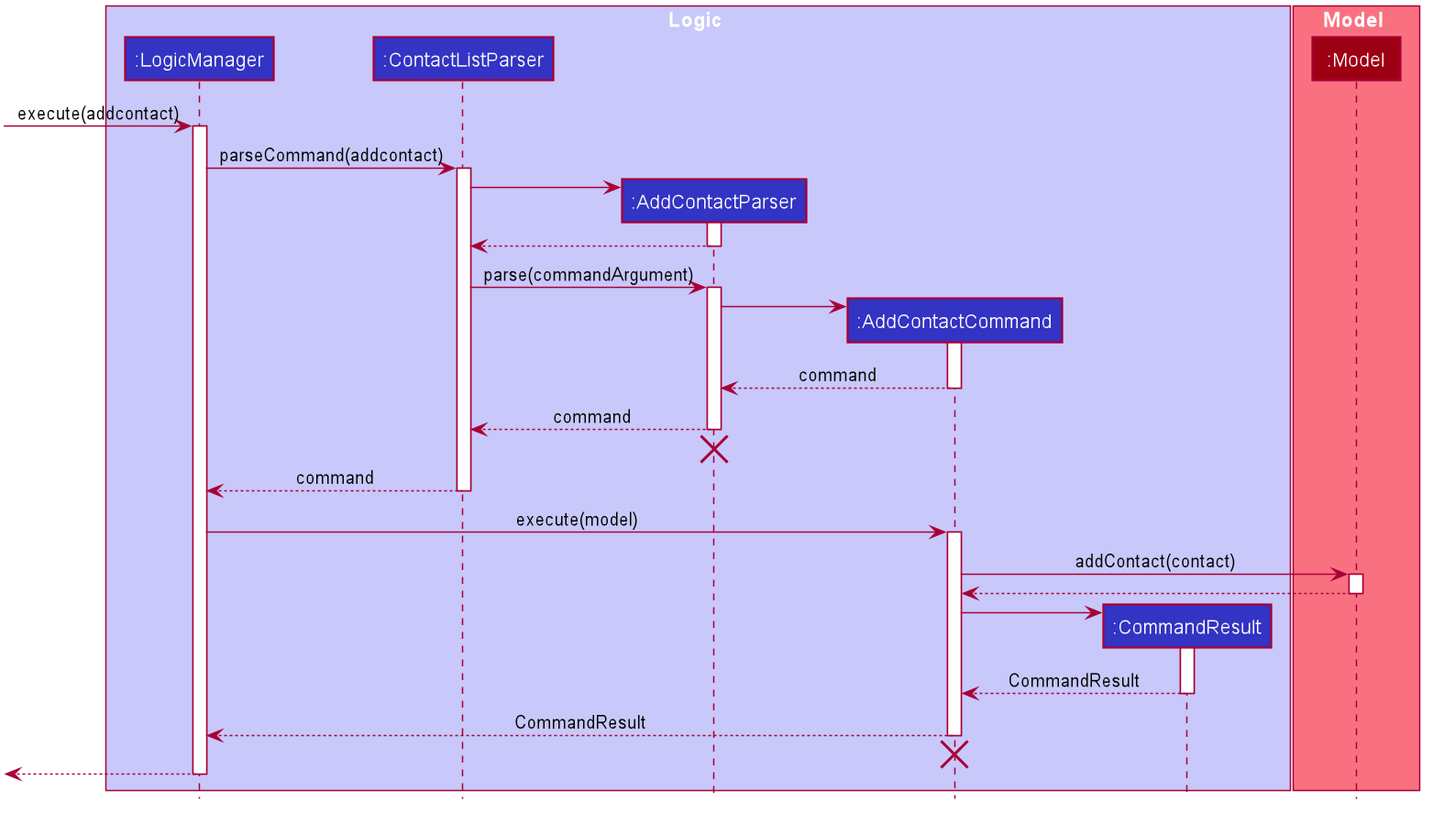
nus-cs2103-AY2021S1/tp keeps this PlantUML diagram as docs/images/Contact/AddContactSequenceDiagram.png. Above is the earlier version. Source of this version:
```plantuml
@startuml








skinparam BackgroundColor #FFFFFFF

skinparam Shadowing false

skinparam Class {
    FontColor #FFFFFF
    BorderThickness 1
    BorderColor #FFFFFF
    StereotypeFontColor #FFFFFF
    FontName Arial
}

skinparam Actor {
    BorderColor #000000
    Color #000000
    FontName Arial
}

skinparam Sequence {
    MessageAlign center
    BoxFontSize 15
    BoxPadding 0
    BoxFontColor #FFFFFF
    FontName Arial
}

skinparam Participant {
    FontColor #FFFFFFF
    Padding 20
}

skinparam MinClassWidth 50
skinparam ParticipantPadding 10
skinparam Shadowing false
skinparam DefaultTextAlignment center
skinparam packageStyle Rectangle

hide footbox
hide members
hide circle

box Logic #C8C8FA
participant ":LogicManager" as LogicManager #3333C4
participant ":ContactListParser" as ContactListParser #3333C4
participant ":AddContactParser" as AddContactParser #3333C4
participant ":AddContactCommand" as AddContactCommand #3333C4
participant ":CommandResult" as CommandResult #3333C4
end box

box Model #F97181
participant ":Model" as Model #9D0012
end box

[-> LogicManager : execute(addcontact)
activate LogicManager

LogicManager -> ContactListParser : parseCommand(addcontact)
activate ContactListParser

create AddContactParser
ContactListParser -> AddContactParser
activate AddContactParser

AddContactParser --> ContactListParser
deactivate AddContactParser

ContactListParser -> AddContactParser :parse(commandArgument)
activate AddContactParser

create AddContactCommand
AddContactParser -> AddContactCommand
activate AddContactCommand

AddContactCommand --> AddContactParser: command
deactivate AddContactCommand

AddContactParser --> ContactListParser: command
deactivate AddContactParser

AddContactParser -[hidden]-> AddContactCommand
destroy AddContactParser

ContactListParser --> LogicManager: command
deactivate ContactListParser

LogicManager -> AddContactCommand : execute(model)
activate AddContactCommand

AddContactCommand -> Model : addContact(contact)
activate Model

Model --> AddContactCommand
deactivate Model

create CommandResult
AddContactCommand -> CommandResult
activate CommandResult

CommandResult --> AddContactCommand: CommandResult
deactivate CommandResult

AddContactCommand --> LogicManager: CommandResult
deactivate AddContactCommand

AddContactCommand -[hidden]-> LogicManager
destroy AddContactCommand

[<--LogicManager
deactivate LogicManager
@enduml
```
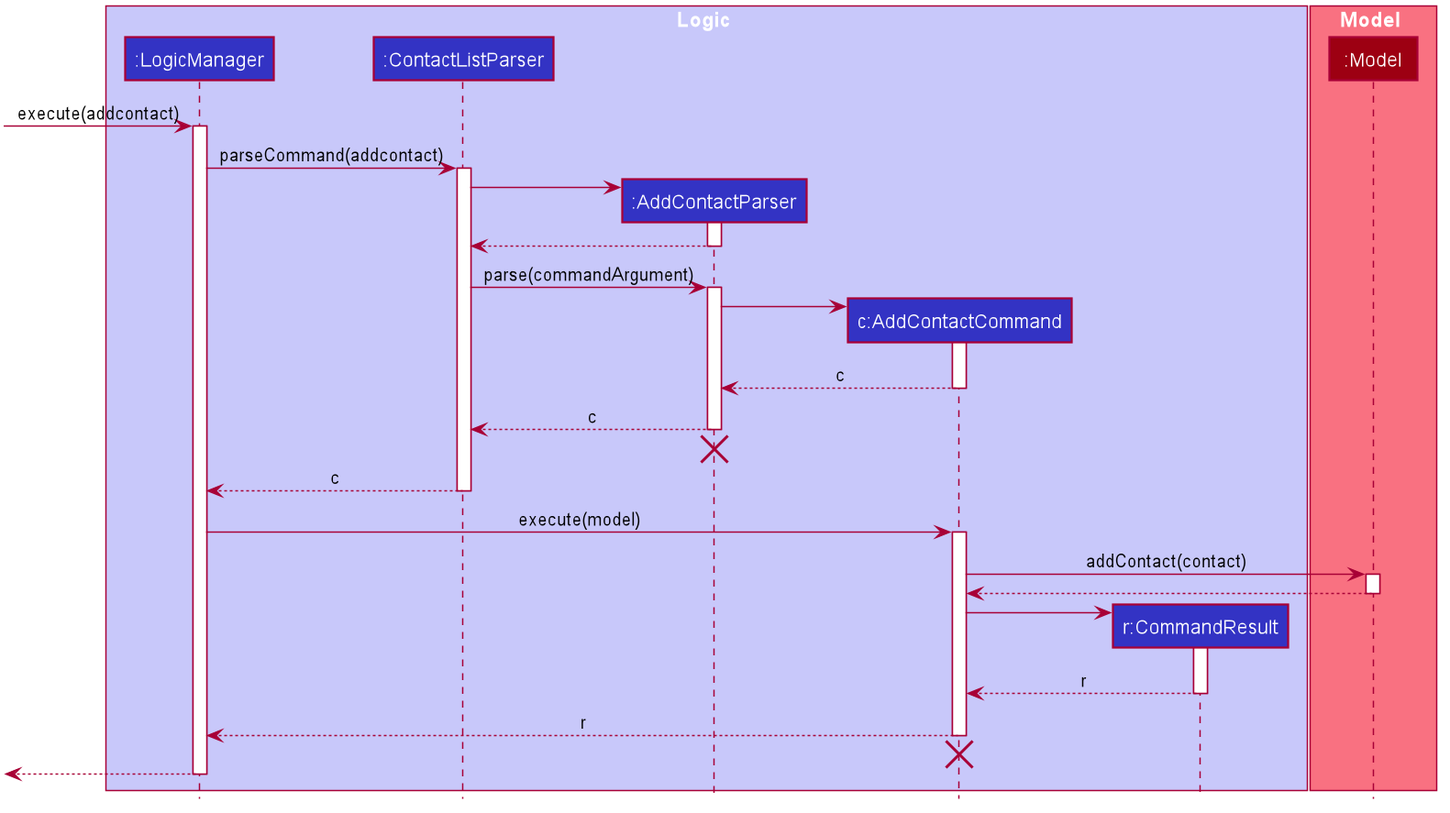
After the commit.

Commit message:
Create sequence diagrams for zoom link commands

The edit, as a diff of the source:
```diff
@@ -52,8 +52,8 @@
 participant ":LogicManager" as LogicManager #3333C4
 participant ":ContactListParser" as ContactListParser #3333C4
 participant ":AddContactParser" as AddContactParser #3333C4
-participant ":AddContactCommand" as AddContactCommand #3333C4
-participant ":CommandResult" as CommandResult #3333C4
+participant "c:AddContactCommand" as AddContactCommand #3333C4
+participant "r:CommandResult" as CommandResult #3333C4
 end box
 
 box Model #F97181
@@ -80,16 +80,16 @@
 AddContactParser -> AddContactCommand
 activate AddContactCommand
 
-AddContactCommand --> AddContactParser: command
+AddContactCommand --> AddContactParser: c
 deactivate AddContactCommand
 
-AddContactParser --> ContactListParser: command
+AddContactParser --> ContactListParser: c
 deactivate AddContactParser
 
 AddContactParser -[hidden]-> AddContactCommand
 destroy AddContactParser
 
-ContactListParser --> LogicManager: command
+ContactListParser --> LogicManager: c
 deactivate ContactListParser
 
 LogicManager -> AddContactCommand : execute(model)
@@ -105,10 +105,10 @@
 AddContactCommand -> CommandResult
 activate CommandResult
 
-CommandResult --> AddContactCommand: CommandResult
+CommandResult --> AddContactCommand: r
 deactivate CommandResult
 
-AddContactCommand --> LogicManager: CommandResult
+AddContactCommand --> LogicManager: r
 deactivate AddContactCommand
 
 AddContactCommand -[hidden]-> LogicManager
```
